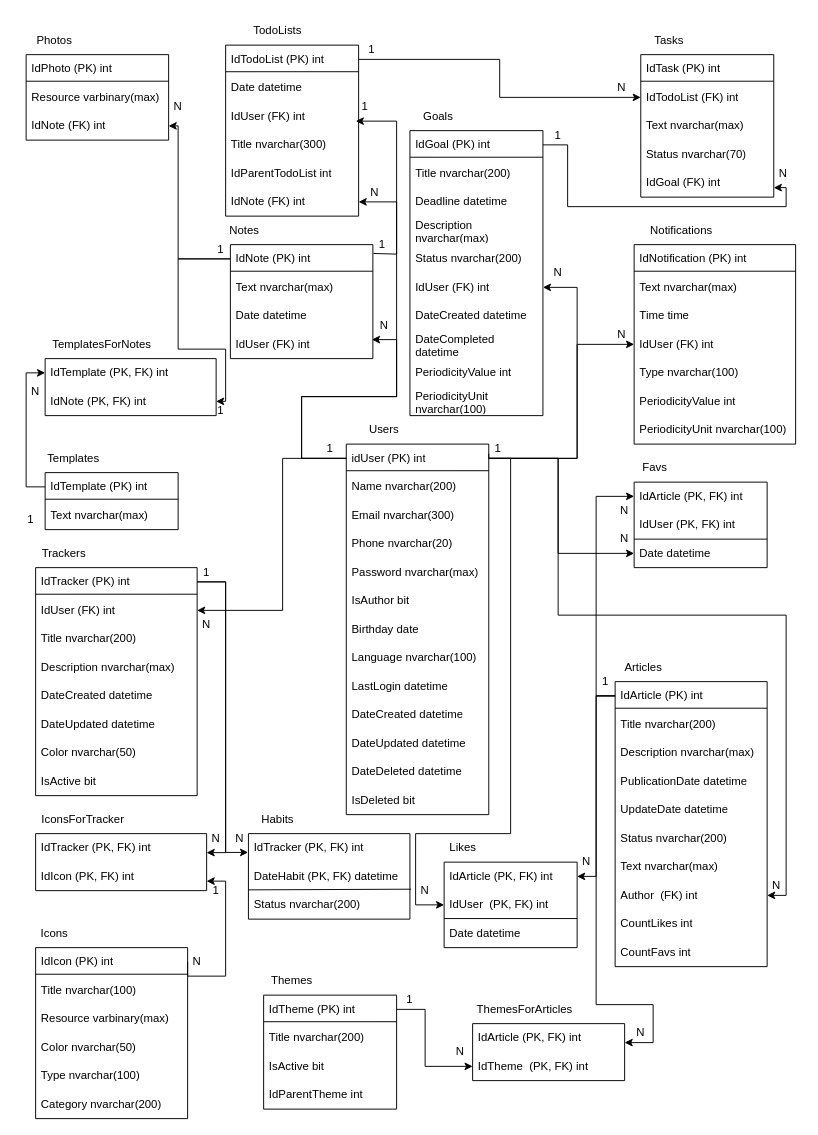
Before: диаграммы/ФизическаяМодель.drawio in Svetlana184/bd_kursovaya, a draw.io diagram. Source tidied: cells renumbered, new cells numbered last; positions are measured from the earlier drawing's top-left corner, leaving out a move shared by most shapes. Both pictures are drawn from the tidied source at 95%, with x=0, y=0 at pixel (16, 16).
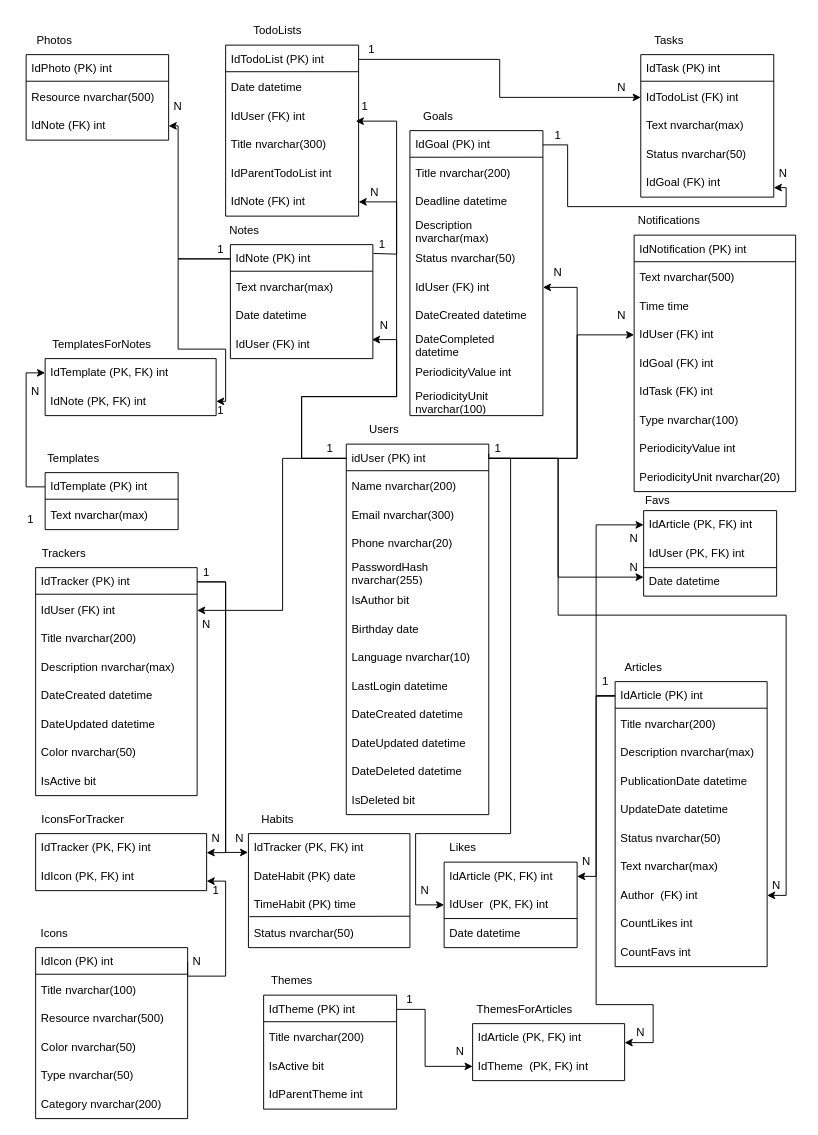
After the change.

Unchanged cells that the change refers to:
```xml
<mxCell id="2" style="swimlane;fontStyle=0;horizontal=1;startSize=0;whiteSpace=wrap;html=1;" parent="1" vertex="1">
  <mxGeometry x="347" y="450" width="150" height="390" as="geometry" />
</mxCell>
<mxCell id="3" value="idUser (PK) int" style="text;strokeColor=none;fillColor=none;align=left;verticalAlign=middle;spacingLeft=4;spacingRight=4;overflow=hidden;points=[[0,0.5],[1,0.5]];portConstraint=eastwest;whiteSpace=wrap;html=1;" parent="2" vertex="1">
  <mxGeometry width="150" height="30" as="geometry" />
</mxCell>
<mxCell id="18" style="swimlane;fontStyle=0;horizontal=1;startSize=0;whiteSpace=wrap;html=1;" parent="1" vertex="1">
  <mxGeometry x="630" y="700" width="160" height="300" as="geometry" />
</mxCell>
<mxCell id="52" value="Date datetime" style="text;strokeColor=none;fillColor=none;align=left;verticalAlign=middle;spacingLeft=4;spacingRight=4;overflow=hidden;points=[[0,0.5],[1,0.5]];portConstraint=eastwest;whiteSpace=wrap;html=1;" parent="48" vertex="1">
  <mxGeometry y="60" width="140" height="30" as="geometry" />
</mxCell>
<mxCell id="54" style="swimlane;fontStyle=0;horizontal=1;startSize=0;whiteSpace=wrap;html=1;" parent="1" vertex="1">
  <mxGeometry x="10" y="40" width="150" height="90" as="geometry" />
</mxCell>
<mxCell id="86" style="swimlane;fontStyle=0;horizontal=1;startSize=0;whiteSpace=wrap;html=1;" parent="1" vertex="1">
  <mxGeometry x="20" y="980" width="160" height="180" as="geometry" />
</mxCell>
<mxCell id="94" style="swimlane;fontStyle=0;horizontal=1;startSize=0;whiteSpace=wrap;html=1;" parent="1" vertex="1">
  <mxGeometry x="414" y="120" width="140" height="300" as="geometry" />
</mxCell>
<mxCell id="112" value="IdUser (FK) int" style="text;strokeColor=none;fillColor=none;align=left;verticalAlign=middle;spacingLeft=4;spacingRight=4;overflow=hidden;points=[[0,0.5],[1,0.5]];portConstraint=eastwest;whiteSpace=wrap;html=1;" parent="107" vertex="1">
  <mxGeometry y="90" width="170" height="30" as="geometry" />
</mxCell>
<mxCell id="135" style="swimlane;fontStyle=0;horizontal=1;startSize=0;whiteSpace=wrap;html=1;" parent="1" vertex="1">
  <mxGeometry x="657" y="40" width="140" height="150" as="geometry" />
</mxCell>
```

What changed in the source:
```diff
@@
-    <mxCell id="8" value="Password nvarchar(max)" style="text;strokeColor=none;fillColor=none;align=left;verticalAlign=middle;spacingLeft=4;spacingRight=4;overflow=hidden;whiteSpace=wrap;html=1;" parent="2" vertex="1">
+    <mxCell id="8" value="PasswordHash nvarchar(255)" style="text;strokeColor=none;fillColor=none;align=left;verticalAlign=middle;spacingLeft=4;spacingRight=4;overflow=hidden;whiteSpace=wrap;html=1;" parent="2" vertex="1">
       <mxGeometry y="120" width="150" height="30" as="geometry" />
     </mxCell>
@@
-    <mxCell id="11" value="Language nvarchar(100)" style="text;strokeColor=none;fillColor=none;align=left;verticalAlign=middle;spacingLeft=4;spacingRight=4;overflow=hidden;whiteSpace=wrap;html=1;" parent="2" vertex="1">
+    <mxCell id="11" value="Language nvarchar(10)" style="text;strokeColor=none;fillColor=none;align=left;verticalAlign=middle;spacingLeft=4;spacingRight=4;overflow=hidden;whiteSpace=wrap;html=1;" parent="2" vertex="1">
       <mxGeometry y="210" width="150" height="30" as="geometry" />
     </mxCell>
@@
-    <mxCell id="25" value="Status nvarchar(200)" style="text;strokeColor=none;fillColor=none;align=left;verticalAlign=middle;spacingLeft=4;spacingRight=4;overflow=hidden;whiteSpace=wrap;html=1;" parent="18" vertex="1">
+    <mxCell id="25" value="Status nvarchar(50)" style="text;strokeColor=none;fillColor=none;align=left;verticalAlign=middle;spacingLeft=4;spacingRight=4;overflow=hidden;whiteSpace=wrap;html=1;" parent="18" vertex="1">
       <mxGeometry y="150" width="160" height="30" as="geometry" />
     </mxCell>
@@
     <mxCell id="48" style="swimlane;fontStyle=0;horizontal=1;startSize=0;whiteSpace=wrap;html=1;" parent="1" vertex="1">
-      <mxGeometry x="650" y="490" width="140" height="90" as="geometry" />
+      <mxGeometry x="660" y="520" width="140" height="90" as="geometry" />
     </mxCell>
@@
     <mxCell id="53" value="Favs" style="text;html=1;whiteSpace=wrap;strokeColor=none;fillColor=none;align=center;verticalAlign=middle;rounded=0;" parent="1" vertex="1">
-      <mxGeometry x="647" y="460" width="50" height="30" as="geometry" />
+      <mxGeometry x="650" y="495" width="50" height="30" as="geometry" />
     </mxCell>
@@
-    <mxCell id="56" value="Resource varbinary(max)" style="text;strokeColor=none;fillColor=none;align=left;verticalAlign=middle;spacingLeft=4;spacingRight=4;overflow=hidden;whiteSpace=wrap;html=1;" parent="54" vertex="1">
+    <mxCell id="56" value="Resource nvarchar(500)" style="text;strokeColor=none;fillColor=none;align=left;verticalAlign=middle;spacingLeft=4;spacingRight=4;overflow=hidden;whiteSpace=wrap;html=1;" parent="54" vertex="1">
       <mxGeometry y="30" width="150" height="30" as="geometry" />
     </mxCell>
@@
     <mxCell id="78" style="swimlane;fontStyle=0;horizontal=1;startSize=0;whiteSpace=wrap;html=1;" parent="1" vertex="1">
-      <mxGeometry x="244" y="860" width="170" height="90" as="geometry" />
+      <mxGeometry x="244" y="860" width="170" height="120" as="geometry" />
     </mxCell>
@@
+    <mxCell id="199" value="DateHabit (PK) date" style="text;strokeColor=none;fillColor=none;align=left;verticalAlign=middle;spacingLeft=4;spacingRight=4;overflow=hidden;whiteSpace=wrap;html=1;" parent="78" vertex="1">
+      <mxGeometry y="30" width="170" height="30" as="geometry" />
+    </mxCell>
-    <mxCell id="80" value="DateHabit (PK,&amp;nbsp;FK)&amp;nbsp;datetime" style="text;strokeColor=none;fillColor=none;align=left;verticalAlign=middle;spacingLeft=4;spacingRight=4;overflow=hidden;points=[[0,0.5],[1,0.5]];portConstraint=eastwest;whiteSpace=wrap;html=1;" parent="78" vertex="1">
-      <mxGeometry y="30" width="170" height="30" as="geometry" />
+    <mxCell id="80" value="TimeHabit (PK) time" style="text;strokeColor=none;fillColor=none;align=left;verticalAlign=middle;spacingLeft=4;spacingRight=4;overflow=hidden;points=[[0,0.5],[1,0.5]];portConstraint=eastwest;whiteSpace=wrap;html=1;" parent="78" vertex="1">
+      <mxGeometry y="60" width="170" height="30" as="geometry" />
     </mxCell>
-    <mxCell id="81" style="endArrow=none;html=1;rounded=0;entryX=1.007;entryY=0.95;entryDx=0;entryDy=0;entryPerimeter=0;" parent="78" edge="1" target="80">
-      <mxGeometry relative="1" as="geometry">
-        <mxPoint y="59.2" as="sourcePoint" />
-      </mxGeometry>
-    </mxCell>
-    <mxCell id="82" value="Status nvarchar(200)" style="text;strokeColor=none;fillColor=none;align=left;verticalAlign=middle;spacingLeft=4;spacingRight=4;overflow=hidden;whiteSpace=wrap;html=1;" parent="78" vertex="1">
-      <mxGeometry y="60" width="170" height="30" as="geometry" />
+    <mxCell id="82" value="Status nvarchar(50)" style="text;strokeColor=none;fillColor=none;align=left;verticalAlign=middle;spacingLeft=4;spacingRight=4;overflow=hidden;whiteSpace=wrap;html=1;" parent="78" vertex="1">
+      <mxGeometry y="90" width="170" height="30" as="geometry" />
     </mxCell>
+    <mxCell id="200" style="endArrow=none;html=1;rounded=0;entryX=1.001;entryY=0.898;entryDx=0;entryDy=0;entryPerimeter=0;exitX=0.006;exitY=0.914;exitDx=0;exitDy=0;exitPerimeter=0;" parent="78" edge="1" source="80" target="80">
+      <mxGeometry relative="1" as="geometry" />
+    </mxCell>
@@
-    <mxCell id="90" value="Resource varbinary(max)" style="text;strokeColor=none;fillColor=none;align=left;verticalAlign=middle;spacingLeft=4;spacingRight=4;overflow=hidden;whiteSpace=wrap;html=1;" parent="86" vertex="1">
+    <mxCell id="90" value="Resource nvarchar(500)" style="text;strokeColor=none;fillColor=none;align=left;verticalAlign=middle;spacingLeft=4;spacingRight=4;overflow=hidden;whiteSpace=wrap;html=1;" parent="86" vertex="1">
       <mxGeometry y="60" width="160" height="30" as="geometry" />
     </mxCell>
@@
-    <mxCell id="92" value="Type nvarchar(100)" style="text;strokeColor=none;fillColor=none;align=left;verticalAlign=middle;spacingLeft=4;spacingRight=4;overflow=hidden;whiteSpace=wrap;html=1;" parent="86" vertex="1">
+    <mxCell id="92" value="Type nvarchar(50)" style="text;strokeColor=none;fillColor=none;align=left;verticalAlign=middle;spacingLeft=4;spacingRight=4;overflow=hidden;whiteSpace=wrap;html=1;" parent="86" vertex="1">
       <mxGeometry y="120" width="160" height="30" as="geometry" />
     </mxCell>
@@
-    <mxCell id="100" value="Status nvarchar(200)" style="text;strokeColor=none;fillColor=none;align=left;verticalAlign=middle;spacingLeft=4;spacingRight=4;overflow=hidden;whiteSpace=wrap;html=1;" parent="94" vertex="1">
+    <mxCell id="100" value="Status nvarchar(50)" style="text;strokeColor=none;fillColor=none;align=left;verticalAlign=middle;spacingLeft=4;spacingRight=4;overflow=hidden;whiteSpace=wrap;html=1;" parent="94" vertex="1">
       <mxGeometry y="120" width="140" height="30" as="geometry" />
     </mxCell>
@@
     <mxCell id="107" style="swimlane;fontStyle=0;horizontal=1;startSize=0;whiteSpace=wrap;html=1;" parent="1" vertex="1">
-      <mxGeometry x="650" y="240" width="170" height="210" as="geometry" />
+      <mxGeometry x="650" y="230" width="170" height="270" as="geometry" />
     </mxCell>
@@
-    <mxCell id="109" value="Text nvarchar(max)" style="text;strokeColor=none;fillColor=none;align=left;verticalAlign=middle;spacingLeft=4;spacingRight=4;overflow=hidden;whiteSpace=wrap;html=1;" parent="107" vertex="1">
+    <mxCell id="109" value="Text nvarchar(500)" style="text;strokeColor=none;fillColor=none;align=left;verticalAlign=middle;spacingLeft=4;spacingRight=4;overflow=hidden;whiteSpace=wrap;html=1;" parent="107" vertex="1">
       <mxGeometry y="30" width="170" height="30" as="geometry" />
     </mxCell>
@@
+    <mxCell id="201" value="IdGoal (FK) int" style="text;strokeColor=none;fillColor=none;align=left;verticalAlign=middle;spacingLeft=4;spacingRight=4;overflow=hidden;whiteSpace=wrap;html=1;" parent="107" vertex="1">
+      <mxGeometry y="120" width="170" height="30" as="geometry" />
+    </mxCell>
+    <mxCell id="202" value="IdTask (FK) int" style="text;strokeColor=none;fillColor=none;align=left;verticalAlign=middle;spacingLeft=4;spacingRight=4;overflow=hidden;whiteSpace=wrap;html=1;" parent="107" vertex="1">
+      <mxGeometry y="150" width="170" height="30" as="geometry" />
+    </mxCell>
     <mxCell id="113" value="Type nvarchar(100)" style="text;strokeColor=none;fillColor=none;align=left;verticalAlign=middle;spacingLeft=4;spacingRight=4;overflow=hidden;whiteSpace=wrap;html=1;" parent="107" vertex="1">
-      <mxGeometry y="120" width="170" height="30" as="geometry" />
+      <mxGeometry y="180" width="170" height="30" as="geometry" />
     </mxCell>
     <mxCell id="114" value="PeriodicityValue int" style="text;strokeColor=none;fillColor=none;align=left;verticalAlign=middle;spacingLeft=4;spacingRight=4;overflow=hidden;whiteSpace=wrap;html=1;" parent="107" vertex="1">
-      <mxGeometry y="150" width="170" height="30" as="geometry" />
+      <mxGeometry y="210" width="170" height="30" as="geometry" />
     </mxCell>
-    <mxCell id="115" value="PeriodicityUnit nvarchar(100)" style="text;strokeColor=none;fillColor=none;align=left;verticalAlign=middle;spacingLeft=4;spacingRight=4;overflow=hidden;whiteSpace=wrap;html=1;" parent="107" vertex="1">
-      <mxGeometry y="180" width="170" height="30" as="geometry" />
+    <mxCell id="115" value="PeriodicityUnit nvarchar(20)" style="text;strokeColor=none;fillColor=none;align=left;verticalAlign=middle;spacingLeft=4;spacingRight=4;overflow=hidden;whiteSpace=wrap;html=1;" parent="107" vertex="1">
+      <mxGeometry y="240" width="170" height="30" as="geometry" />
     </mxCell>
     <mxCell id="116" value="Notifications" style="text;html=1;whiteSpace=wrap;strokeColor=none;fillColor=none;align=center;verticalAlign=middle;rounded=0;" parent="1" vertex="1">
-      <mxGeometry x="650" y="210" width="100" height="30" as="geometry" />
+      <mxGeometry x="637" y="200" width="100" height="30" as="geometry" />
     </mxCell>
@@
-    <mxCell id="140" value="Status nvarchar(70)" style="text;strokeColor=none;fillColor=none;align=left;verticalAlign=middle;spacingLeft=4;spacingRight=4;overflow=hidden;whiteSpace=wrap;html=1;" parent="135" vertex="1">
+    <mxCell id="140" value="Status nvarchar(50)" style="text;strokeColor=none;fillColor=none;align=left;verticalAlign=middle;spacingLeft=4;spacingRight=4;overflow=hidden;whiteSpace=wrap;html=1;" parent="135" vertex="1">
       <mxGeometry y="90" width="140" height="30" as="geometry" />
     </mxCell>
@@
     <mxCell id="157" value="N" style="text;html=1;whiteSpace=wrap;strokeColor=none;fillColor=none;align=center;verticalAlign=middle;rounded=0;" parent="1" vertex="1">
-      <mxGeometry x="627" y="320" width="20" height="30" as="geometry" />
+      <mxGeometry x="627" y="300" width="20" height="30" as="geometry" />
     </mxCell>
@@
     <mxCell id="161" value="N" style="text;html=1;whiteSpace=wrap;strokeColor=none;fillColor=none;align=center;verticalAlign=middle;rounded=0;" parent="1" vertex="1">
-      <mxGeometry x="630" y="505" width="20" height="30" as="geometry" />
+      <mxGeometry x="640" y="535" width="20" height="30" as="geometry" />
     </mxCell>
     <mxCell id="162" value="N" style="text;html=1;whiteSpace=wrap;strokeColor=none;fillColor=none;align=center;verticalAlign=middle;rounded=0;" parent="1" vertex="1">
-      <mxGeometry x="630" y="535" width="20" height="30" as="geometry" />
+      <mxGeometry x="640" y="565" width="20" height="30" as="geometry" />
     </mxCell>
@@
     <mxCell id="184" style="edgeStyle=orthogonalEdgeStyle;rounded=0;jettySize=auto;html=1;entryX=0;entryY=0.5;entryDx=0;entryDy=0;" parent="1" edge="1" target="112">
       <mxGeometry relative="1" as="geometry">
         <mxPoint x="497" y="460" as="sourcePoint" />
         <Array as="points">
+          <mxPoint x="497" y="465" />
           <mxPoint x="590" y="465" />
-          <mxPoint x="590" y="345" />
+          <mxPoint x="590" y="335" />
         </Array>
       </mxGeometry>
     </mxCell>
@@
-    <mxCell id="190" style="edgeStyle=orthogonalEdgeStyle;rounded=0;jettySize=auto;html=1;exitX=1;exitY=0.5;exitDx=0;exitDy=0;entryX=0;entryY=0.5;entryDx=0;entryDy=0;" parent="1" edge="1" source="3" target="52">
+    <mxCell id="190" style="edgeStyle=orthogonalEdgeStyle;rounded=0;jettySize=auto;html=1;exitX=1;exitY=0.5;exitDx=0;exitDy=0;" parent="1" edge="1" source="3">
       <mxGeometry relative="1" as="geometry">
+        <mxPoint x="660" y="590" as="targetPoint" />
         <Array as="points">
           <mxPoint x="570" y="465" />
-          <mxPoint x="570" y="565" />
+          <mxPoint x="570" y="590" />
+          <mxPoint x="660" y="590" />
         </Array>
       </mxGeometry>
     </mxCell>
```
